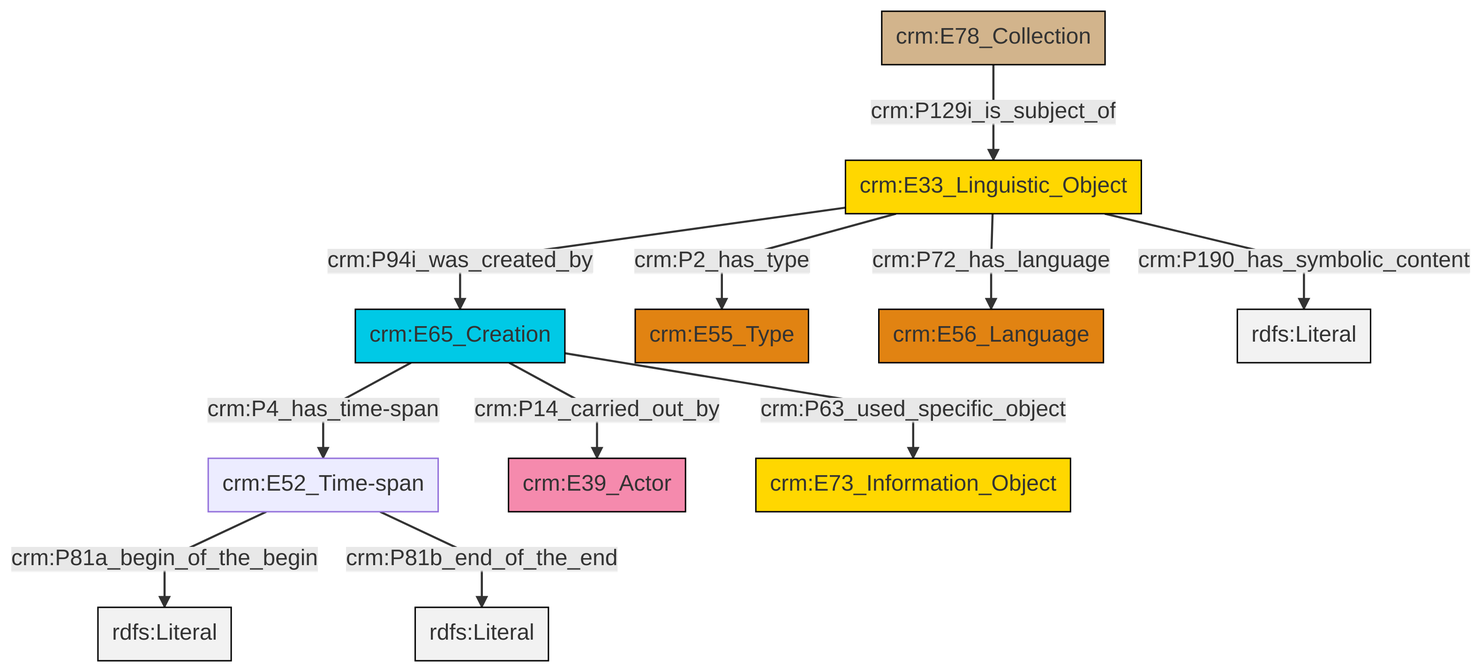
This is et/archivalCSV/ttl/mmd/png/archival_desc.png from swiss-art-research-net/docs.swissartresearch, a Mermaid export, as it was before one commit. Its source is kept beside it as et/archivalCSV/ttl/mmd/archival_desc.ttl.mmd.
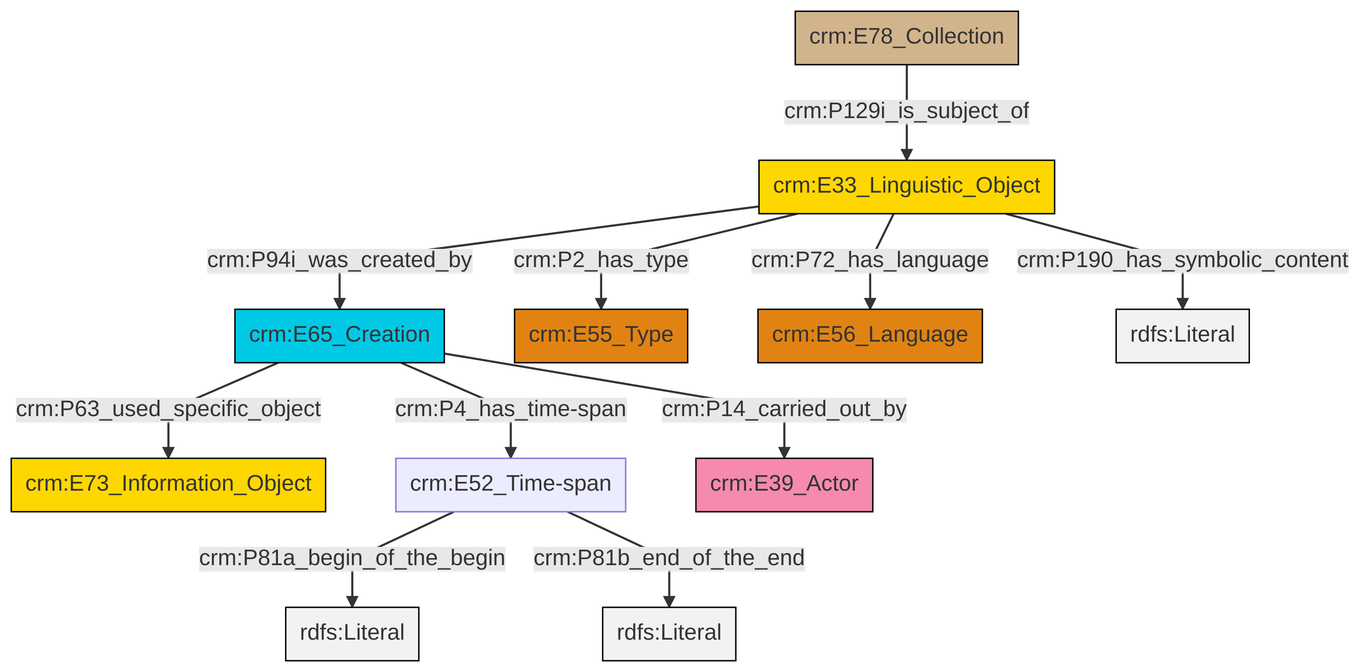
Above is the later version.

What changed in the source:
```diff
@@ -13,13 +13,13 @@
 classDef PC_Classes fill:#4ce600, stroke:#000000;
 classDef Multi fill:#cccccc,stroke:#000000;
 
-0["crm:E65_Creation"]:::Temporal_Entity -->|crm:P4_has_time-span| 1["crm:E52_Time-span"]:::Default
-1["crm:E52_Time-span"]:::Default -->|crm:P81a_begin_of_the_begin| 3[rdfs:Literal]:::Literal
-4["crm:E33_Linguistic_Object"]:::Conceptual_Object -->|crm:P2_has_type| 5["crm:E55_Type"]:::Type
-1["crm:E52_Time-span"]:::Default -->|crm:P81b_end_of_the_end| 8[rdfs:Literal]:::Literal
-0["crm:E65_Creation"]:::Temporal_Entity -->|crm:P14_carried_out_by| 10["crm:E39_Actor"]:::Actor
-4["crm:E33_Linguistic_Object"]:::Conceptual_Object -->|crm:P190_has_symbolic_content| 12[rdfs:Literal]:::Literal
-13["crm:E78_Collection"]:::Physical_Thing -->|crm:P129i_is_subject_of| 4["crm:E33_Linguistic_Object"]:::Conceptual_Object
-0["crm:E65_Creation"]:::Temporal_Entity -->|crm:P63_used_specific_object| 16["crm:E73_Information_Object"]:::Conceptual_Object
-4["crm:E33_Linguistic_Object"]:::Conceptual_Object -->|crm:P94i_was_created_by| 0["crm:E65_Creation"]:::Temporal_Entity
-4["crm:E33_Linguistic_Object"]:::Conceptual_Object -->|crm:P72_has_language| 6["crm:E56_Language"]:::Type
+0["crm:E65_Creation"]:::Temporal_Entity -->|crm:P63_used_specific_object| 1["crm:E73_Information_Object"]:::Conceptual_Object
+2["crm:E52_Time-span"]:::Default -->|crm:P81a_begin_of_the_begin| 3[rdfs:Literal]:::Literal
+4["crm:E78_Collection"]:::Physical_Thing -->|crm:P129i_is_subject_of| 5["crm:E33_Linguistic_Object"]:::Conceptual_Object
+0["crm:E65_Creation"]:::Temporal_Entity -->|crm:P14_carried_out_by| 7["crm:E39_Actor"]:::Actor
+0["crm:E65_Creation"]:::Temporal_Entity -->|crm:P4_has_time-span| 2["crm:E52_Time-span"]:::Default
+5["crm:E33_Linguistic_Object"]:::Conceptual_Object -->|crm:P2_has_type| 10["crm:E55_Type"]:::Type
+5["crm:E33_Linguistic_Object"]:::Conceptual_Object -->|crm:P72_has_language| 12["crm:E56_Language"]:::Type
+5["crm:E33_Linguistic_Object"]:::Conceptual_Object -->|crm:P94i_was_created_by| 0["crm:E65_Creation"]:::Temporal_Entity
+2["crm:E52_Time-span"]:::Default -->|crm:P81b_end_of_the_end| 15[rdfs:Literal]:::Literal
+5["crm:E33_Linguistic_Object"]:::Conceptual_Object -->|crm:P190_has_symbolic_content| 16[rdfs:Literal]:::Literal
```
